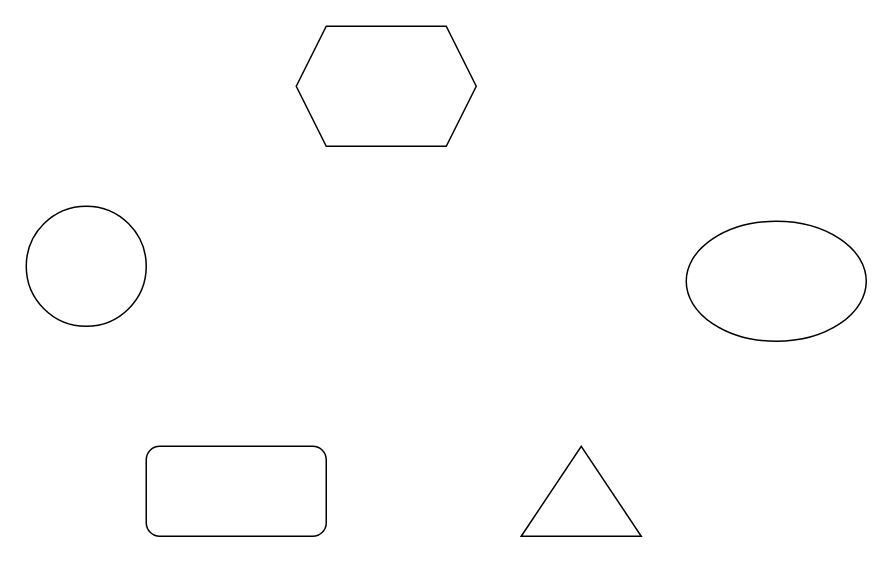
Above: ve-cho-Tuyet.drawio in huyle84/diagrams (draw.io), before the change. Source tidied: cells renumbered, new cells numbered last; positions are measured from the earlier drawing's top-left corner, leaving out a move shared by most shapes. Both pictures are drawn from the tidied source at 150%, with x=0, y=0 at pixel (26, 26).
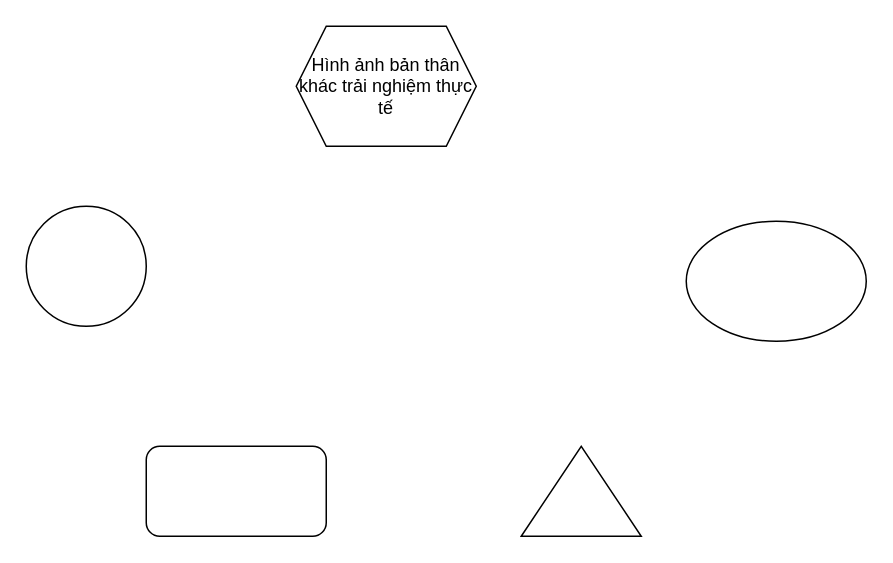
The same diagram, later.

Diff of the diagram source:
```diff
@@
 <mxGraphModel>
   <root>
     <mxCell id="0" />
     <mxCell id="1" parent="0" />
     <mxCell id="2" style="ellipse;whiteSpace=wrap;html=1;" parent="1" vertex="1">
       <mxGeometry y="120" width="80" height="80" as="geometry" />
     </mxCell>
-    <mxCell id="3" style="shape=hexagon;perimeter=hexagonPerimeter2;whiteSpace=wrap;html=1;fixedSize=1;" parent="1" vertex="1">
+    <mxCell id="3" value="Hình ảnh bản thân khác trải nghiệm thực tế" style="shape=hexagon;perimeter=hexagonPerimeter2;whiteSpace=wrap;html=1;fixedSize=1;" parent="1" vertex="1">
       <mxGeometry x="180" width="120" height="80" as="geometry" />
     </mxCell>
     <mxCell id="4" style="ellipse;whiteSpace=wrap;html=1;" parent="1" vertex="1">
       <mxGeometry x="440" y="130" width="120" height="80" as="geometry" />
     </mxCell>
     <mxCell id="5" style="rounded=1;whiteSpace=wrap;html=1;" parent="1" vertex="1">
       <mxGeometry x="80" y="280" width="120" height="60" as="geometry" />
     </mxCell>
     <mxCell id="6" style="triangle;whiteSpace=wrap;html=1;rotation=-90;" parent="1" vertex="1">
       <mxGeometry x="340" y="270" width="60" height="80" as="geometry" />
     </mxCell>
   </root>
 </mxGraphModel>
```
